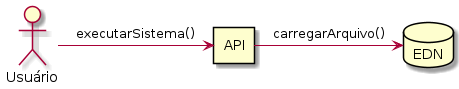
Above: Artefatos/Diagramas/Comunicação/C05.png in ICEI-PUC-Minas-PPLES-TI/plf-es-2022-1-tcci-5308100-dev-marlon-silva (PlantUML), before the change.
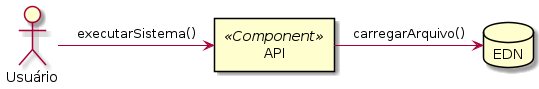
After the commit.

Change to the diagram source:
```diff
@@ -2,7 +2,7 @@
 
 actor "Usuário" as usr
 database "EDN" as file
-rectangle "API" as app
+rectangle "API" as app <<Component>>
 
 usr -> app: executarSistema()
 
```
